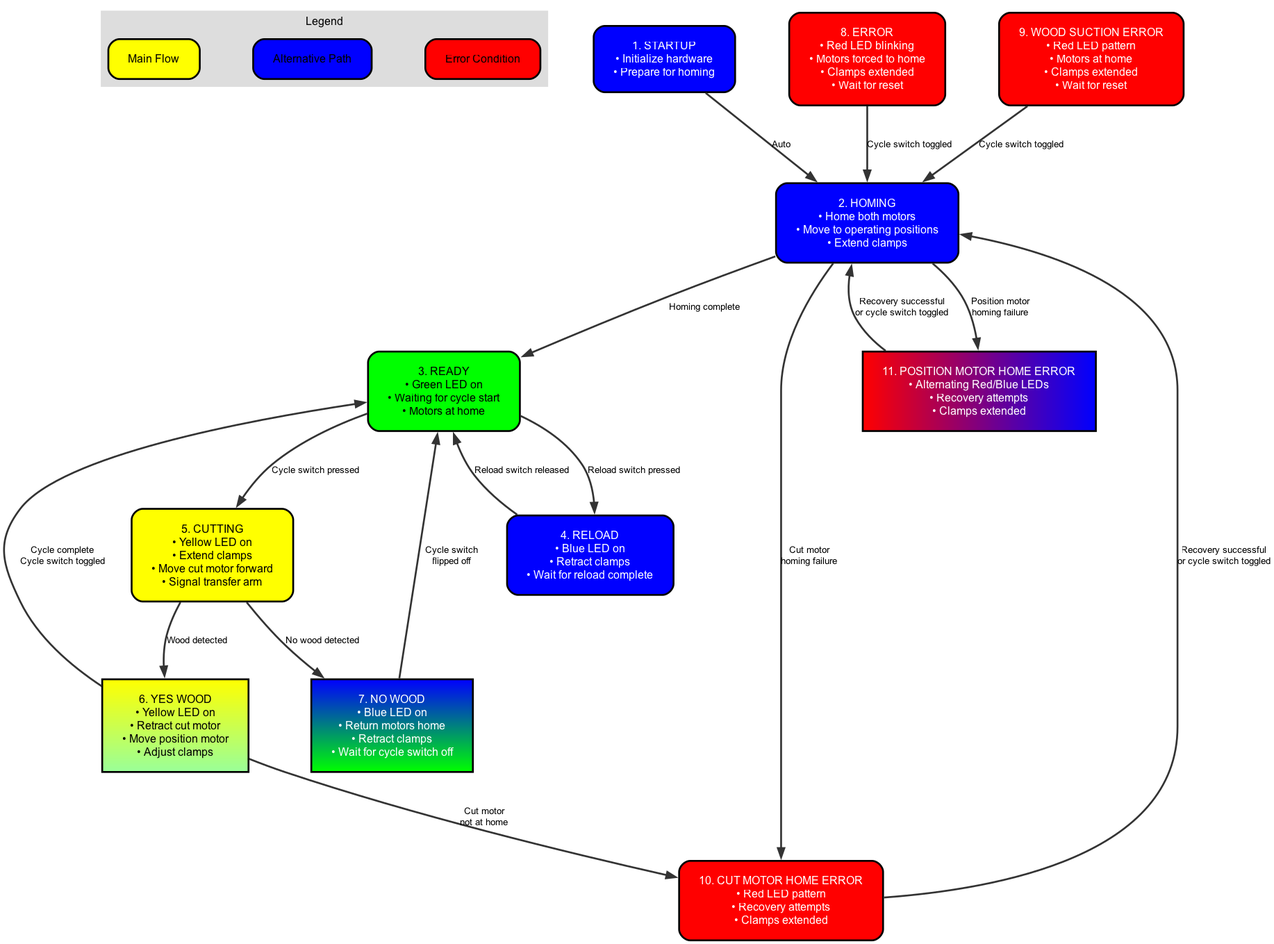
Before: flowcharts/cutting_machine_flowchart.png, a diagram exported from Graphviz (akivaweil/Stage-1-Mar25). Its source is kept beside it as flowcharts/cutting_machine_flowchart.dot.
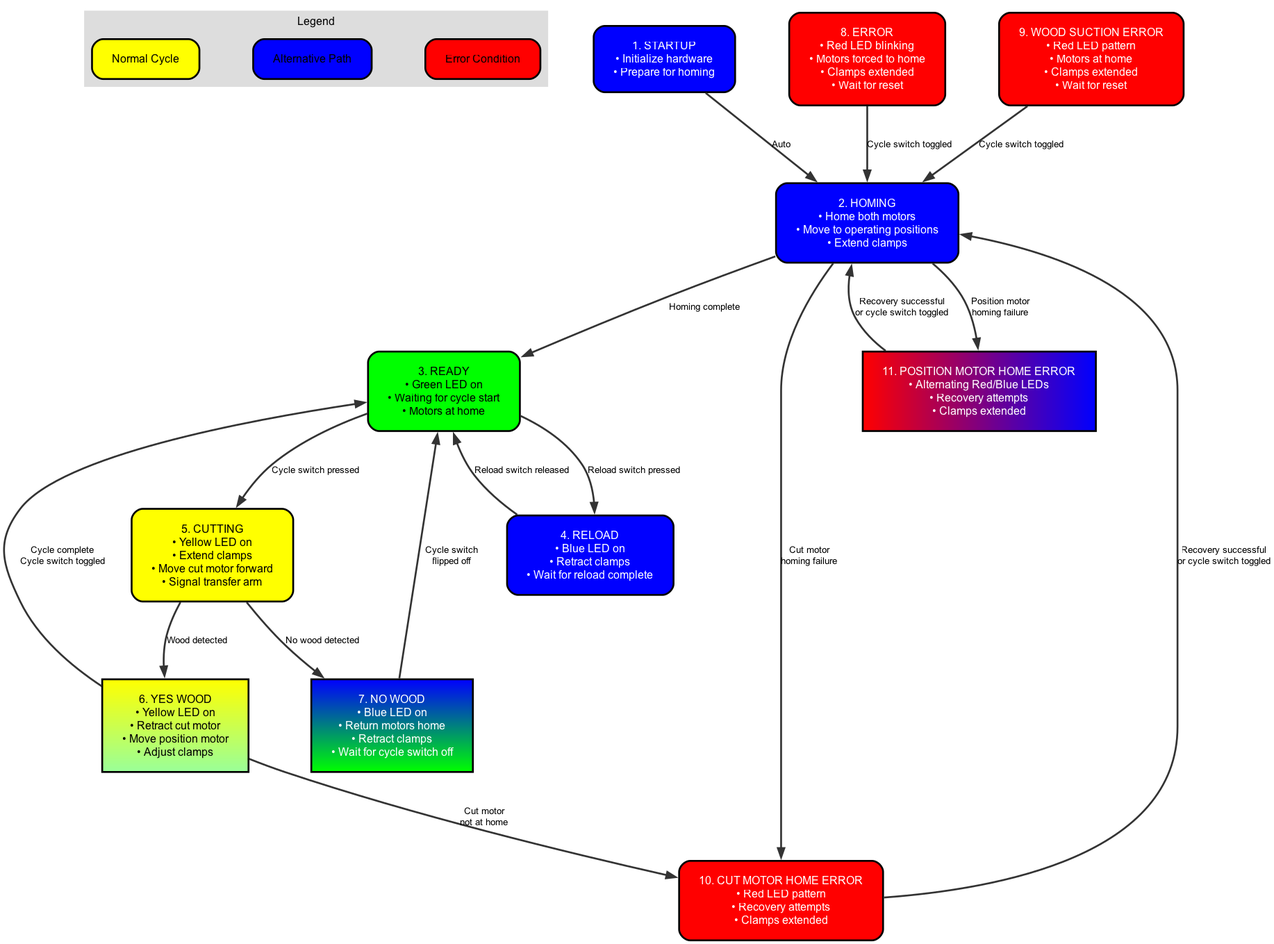
Above is the later version.

Commit message:
Renamed 'Main Flow' to 'Normal Cycle' in flowchart legend

Diff of the diagram source:
```diff
@@ -1,4 +1,4 @@
-digraph StateMachine { graph [rankdir=TB, fontname="Arial", splines=true, nodesep=0.8, ranksep=1.0]; node [shape=rect, style=rounded, fontname="Arial", fontsize=12, style="filled,rounded", margin="0.3,0.2", penwidth=2.0]; edge [fontname="Arial", fontsize=10, color="#333333", penwidth=2.0]; subgraph cluster_legend { label="Legend"; style=filled; color="#DDDDDD"; fontname="Arial"; fontsize=12; legend_main [label="Main Flow", fillcolor="#FFFF00", style="filled,rounded"]; legend_alt [label="Alternative Path", fillcolor="#0000FF", style="filled,rounded"]; legend_error [label="Error Condition", fillcolor="#FF0000", style="filled,rounded"]; } START [label="1. STARTUP
+digraph StateMachine { graph [rankdir=TB, fontname="Arial", splines=true, nodesep=0.8, ranksep=1.0]; node [shape=rect, style=rounded, fontname="Arial", fontsize=12, style="filled,rounded", margin="0.3,0.2", penwidth=2.0]; edge [fontname="Arial", fontsize=10, color="#333333", penwidth=2.0]; subgraph cluster_legend { label="Legend"; style=filled; color="#DDDDDD"; fontname="Arial"; fontsize=12; legend_main [label="Normal Cycle", fillcolor="#FFFF00", style="filled,rounded"]; legend_alt [label="Alternative Path", fillcolor="#0000FF", style="filled,rounded"]; legend_error [label="Error Condition", fillcolor="#FF0000", style="filled,rounded"]; } START [label="1. STARTUP
 • Initialize hardware
 • Prepare for homing", fillcolor="#0000FF", fontcolor="white"]; HOMING [label="2. HOMING
 • Home both motors
```
